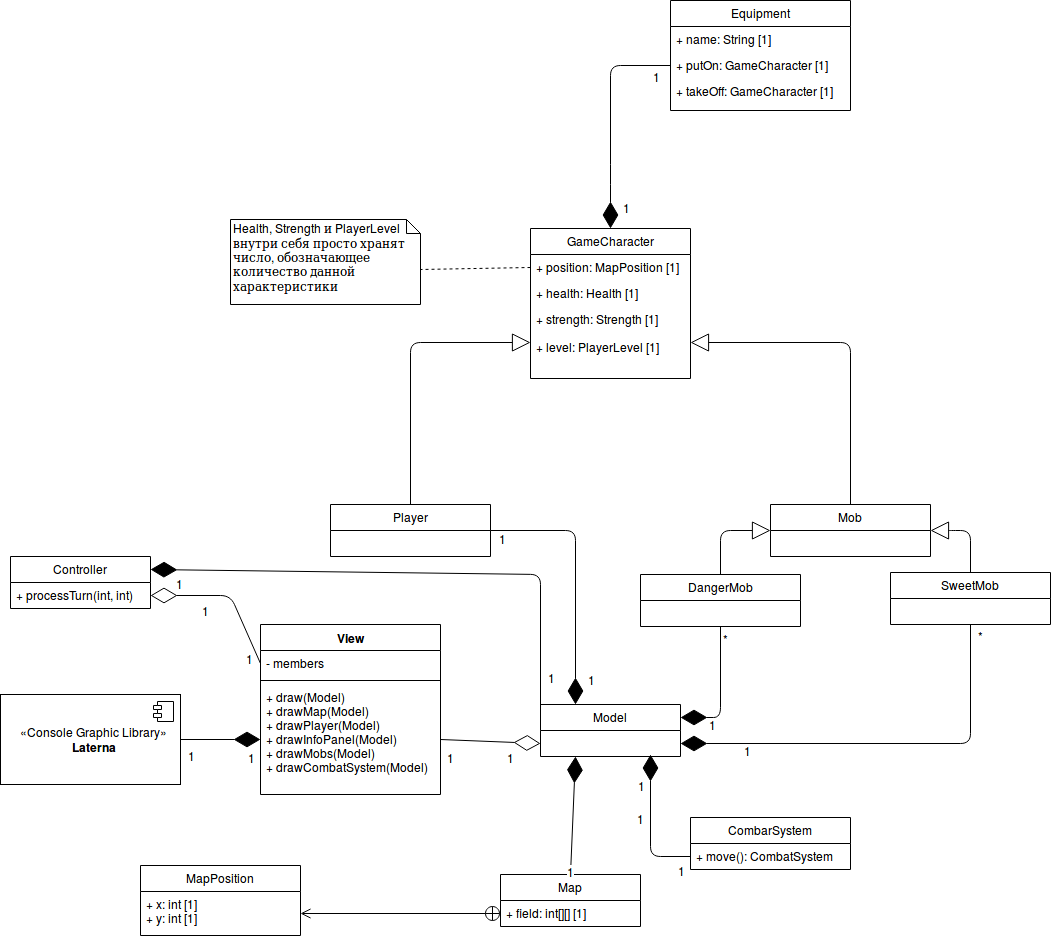
The draw.io diagram hw06/ClassDiagram.png in RamSaw/SoftwareDesign, before a commit. Source tidied: cells renumbered, new cells last; positions are measured from the earlier drawing's top-left corner, leaving out a move shared by most shapes.
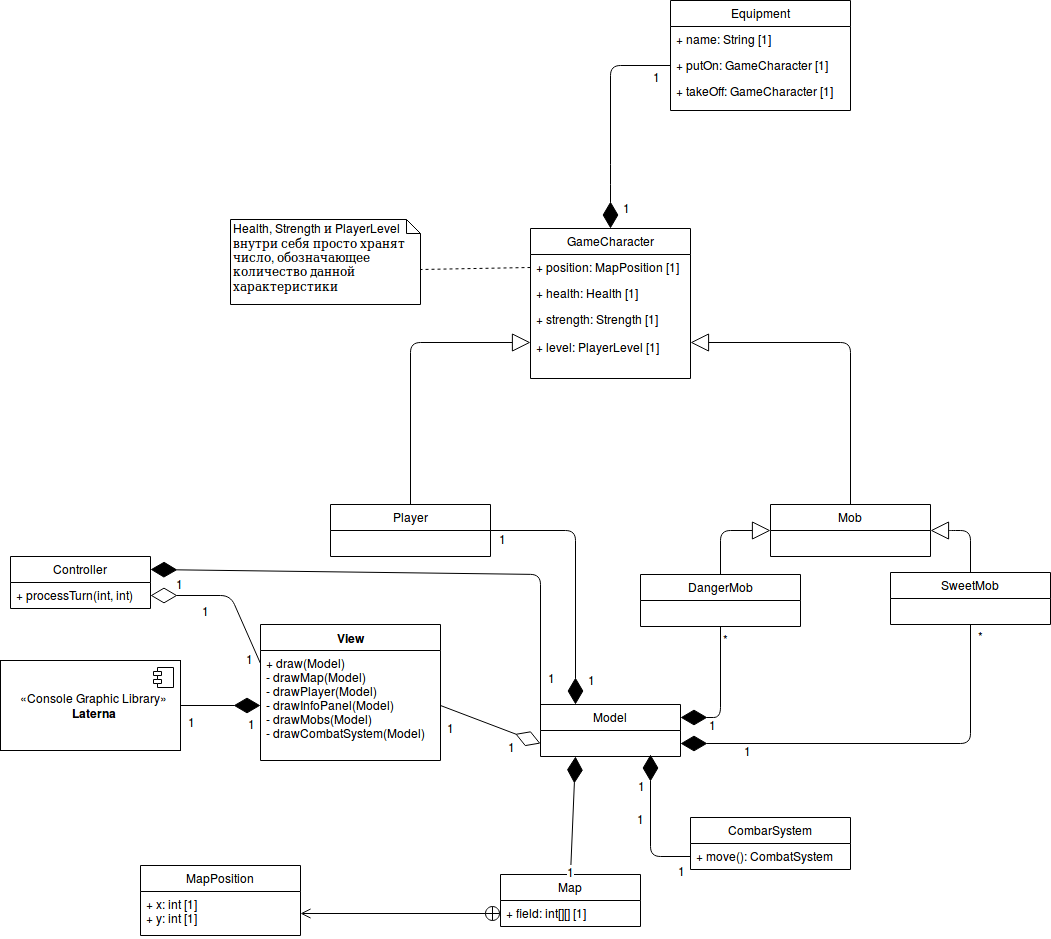
Later version of the same file.

The edit, as a diff of the source:
```diff
@@ -3,16 +3,10 @@
     <mxCell id="0" />
     <mxCell id="1" parent="0" />
     <mxCell id="2" value="View" style="swimlane;fontStyle=1;align=center;verticalAlign=top;horizontal=1;startSize=26;" parent="1" vertex="1">
-      <mxGeometry x="260" y="624" width="180" height="170" as="geometry" />
+      <mxGeometry x="260" y="624" width="180" height="136" as="geometry" />
     </mxCell>
-    <mxCell id="3" value="- members&#10;" style="text;strokeColor=none;fillColor=none;align=left;verticalAlign=top;spacingLeft=4;spacingRight=4;overflow=hidden;points=[[0,0.5],[1,0.5]];portConstraint=eastwest;" parent="2" vertex="1">
-      <mxGeometry y="26" width="180" height="26" as="geometry" />
-    </mxCell>
-    <mxCell id="4" style="line;strokeWidth=1;fillColor=none;align=left;verticalAlign=middle;spacingTop=-1;spacingLeft=3;spacingRight=3;labelPosition=right;" parent="2" vertex="1">
-      <mxGeometry y="52" width="180" height="8" as="geometry" />
-    </mxCell>
-    <mxCell id="5" value="+ draw(Model)&#10;+ drawMap(Model)&#10;+ drawPlayer(Model)&#10;+ drawInfoPanel(Model)&#10;+ drawMobs(Model)&#10;+ drawCombatSystem(Model)&#10;" style="text;strokeColor=none;fillColor=none;align=left;verticalAlign=top;spacingLeft=4;spacingRight=4;overflow=hidden;points=[[0,0.5],[1,0.5]];portConstraint=eastwest;" parent="2" vertex="1">
-      <mxGeometry y="60" width="180" height="110" as="geometry" />
+    <mxCell id="5" value="+ draw(Model)&#10;- drawMap(Model)&#10;- drawPlayer(Model)&#10;- drawInfoPanel(Model)&#10;- drawMobs(Model)&#10;- drawCombatSystem(Model)&#10;" style="text;strokeColor=none;fillColor=none;align=left;verticalAlign=top;spacingLeft=4;spacingRight=4;overflow=hidden;points=[[0,0.5],[1,0.5]];portConstraint=eastwest;" parent="2" vertex="1">
+      <mxGeometry y="26" width="180" height="110" as="geometry" />
     </mxCell>
     <mxCell id="6" style="endArrow=diamondThin;endFill=1;endSize=24;html=1;entryX=0;entryY=0.5;entryDx=0;entryDy=0;exitX=1;exitY=0.5;exitDx=0;exitDy=0;" parent="1" edge="1" source="9" target="5">
       <mxGeometry relative="1" as="geometry" />
@@ -28,7 +22,7 @@
       </mxGeometry>
     </mxCell>
     <mxCell id="9" value="«Console Graphic Library»&lt;br&gt;&lt;b&gt;Laterna&lt;/b&gt;" style="html=1;" parent="1" vertex="1">
-      <mxGeometry y="694" width="180" height="90" as="geometry" />
+      <mxGeometry y="660" width="180" height="90" as="geometry" />
     </mxCell>
     <mxCell id="10" style="shape=component;jettyWidth=8;jettyHeight=4;" parent="9" vertex="1">
       <mxGeometry x="1" width="20" height="20" relative="1" as="geometry">
@@ -264,8 +258,9 @@
     <mxCell id="62" value="+ processTurn(int, int)" style="text;strokeColor=none;fillColor=none;align=left;verticalAlign=top;spacingLeft=4;spacingRight=4;overflow=hidden;points=[[0,0.5],[1,0.5]];portConstraint=eastwest;" parent="61" vertex="1">
       <mxGeometry y="26" width="140" height="26" as="geometry" />
     </mxCell>
-    <mxCell id="63" style="endArrow=diamondThin;endFill=0;endSize=24;html=1;exitX=0;exitY=0.5;exitDx=0;exitDy=0;entryX=1;entryY=0.5;entryDx=0;entryDy=0;" parent="1" edge="1" source="3" target="62">
+    <mxCell id="63" style="endArrow=diamondThin;endFill=0;endSize=24;html=1;exitX=0;exitY=0.5;exitDx=0;exitDy=0;entryX=1;entryY=0.5;entryDx=0;entryDy=0;" parent="1" edge="1" target="62">
       <mxGeometry relative="1" as="geometry">
+        <mxPoint x="260" y="663" as="sourcePoint" />
         <Array as="points">
           <mxPoint x="230" y="595" />
         </Array>
```
